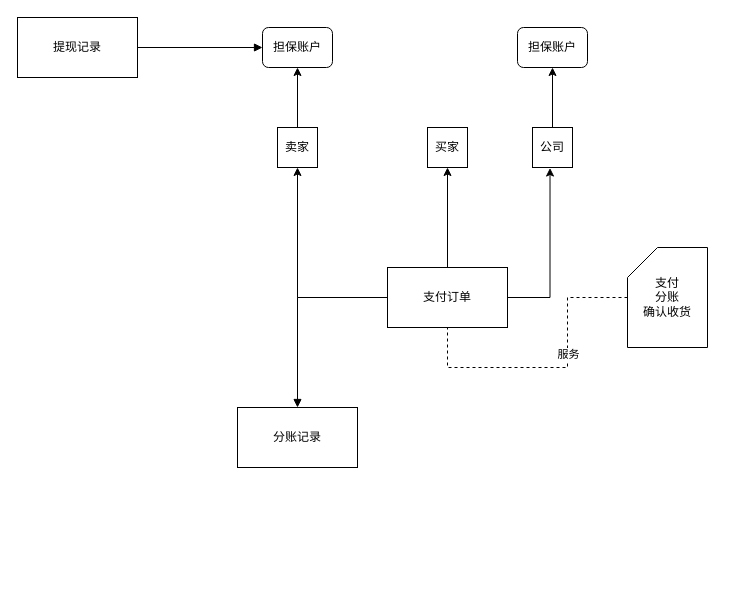
specialnote/diagrams keeps this draw.io diagram as 优信担保交易.drawio. Above is the earlier version. Source tidied: cells renumbered, new cells numbered last; positions are measured from the earlier drawing's top-left corner, leaving out a move shared by most shapes. Both pictures are drawn from the tidied source at 100%, with x=0, y=0 at pixel (17, 17).
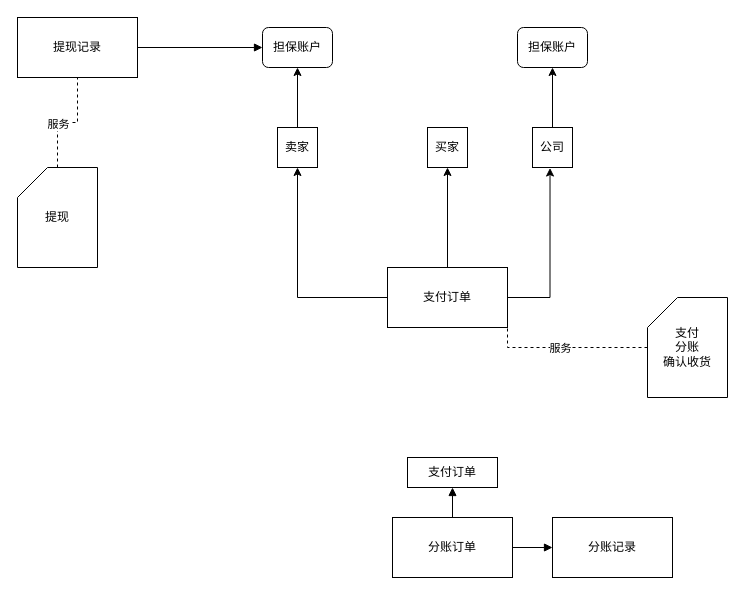
Above is the later version.

Commit message (it also covers changes not shown here):
Update 优信担保交易.drawio

The change refers to these unchanged cells:
```xml
<mxCell id="11" value="支付订单" style="whiteSpace=wrap;html=1;" parent="1" vertex="1">
  <mxGeometry x="370" y="250" width="120" height="60" as="geometry" />
</mxCell>
<mxCell id="19" value="提现记录" style="whiteSpace=wrap;html=1;" parent="1" vertex="1">
  <mxGeometry width="120" height="60" as="geometry" />
</mxCell>
```

Change to the diagram source:
```diff
@@
-    <mxCell id="10" style="edgeStyle=orthogonalEdgeStyle;rounded=0;jettySize=auto;html=1;endArrow=block;endFill=1;" parent="1" edge="1" source="11" target="12">
-      <mxGeometry relative="1" as="geometry">
-        <Array as="points">
-          <mxPoint x="280" y="280" />
-        </Array>
-      </mxGeometry>
-    </mxCell>
@@
+    <mxCell id="20" style="edgeStyle=orthogonalEdgeStyle;rounded=0;jettySize=auto;html=1;endArrow=block;endFill=1;" parent="1" edge="1" source="12" target="25">
+      <mxGeometry relative="1" as="geometry" />
+    </mxCell>
+    <mxCell id="21" style="edgeStyle=orthogonalEdgeStyle;rounded=0;jettySize=auto;html=1;entryX=0.5;entryY=1;entryDx=0;entryDy=0;endArrow=block;endFill=1;" parent="1" edge="1" source="12" target="26">
+      <mxGeometry relative="1" as="geometry" />
+    </mxCell>
-    <mxCell id="12" value="分账记录" style="whiteSpace=wrap;html=1;" parent="1" vertex="1">
-      <mxGeometry x="220" y="390" width="120" height="60" as="geometry" />
+    <mxCell id="12" value="分账订单" style="whiteSpace=wrap;html=1;" parent="1" vertex="1">
+      <mxGeometry x="375" y="500" width="120" height="60" as="geometry" />
     </mxCell>
@@
     <mxCell id="15" style="edgeStyle=orthogonalEdgeStyle;rounded=0;jettySize=auto;html=1;entryX=0.5;entryY=1;entryDx=0;entryDy=0;endArrow=none;endFill=0;dashed=1;" parent="1" edge="1" source="17" target="11">
-      <mxGeometry relative="1" as="geometry" />
+      <mxGeometry relative="1" as="geometry">
+        <Array as="points">
+          <mxPoint x="490" y="330" />
+          <mxPoint x="490" y="310" />
+        </Array>
+      </mxGeometry>
     </mxCell>
@@
     <mxCell id="17" value="支付&lt;br&gt;分账&lt;br&gt;确认收货" style="shape=card;whiteSpace=wrap;html=1;" parent="1" vertex="1">
-      <mxGeometry x="610" y="230" width="80" height="100" as="geometry" />
+      <mxGeometry x="630" y="280" width="80" height="100" as="geometry" />
     </mxCell>
@@
+    <mxCell id="22" value="提现" style="shape=card;whiteSpace=wrap;html=1;" parent="1" vertex="1">
+      <mxGeometry y="150" width="80" height="100" as="geometry" />
+    </mxCell>
+    <mxCell id="23" style="edgeStyle=orthogonalEdgeStyle;rounded=0;jettySize=auto;html=1;endArrow=none;endFill=0;dashed=1;" parent="1" edge="1" source="22" target="19">
+      <mxGeometry relative="1" as="geometry" />
+    </mxCell>
+    <mxCell id="24" value="服务" style="edgeLabel;html=1;align=center;verticalAlign=middle;" parent="23" vertex="1">
+      <mxGeometry x="-0.2" relative="1" as="geometry" />
+    </mxCell>
+    <mxCell id="25" value="分账记录" style="whiteSpace=wrap;html=1;" parent="1" vertex="1">
+      <mxGeometry x="535" y="500" width="120" height="60" as="geometry" />
+    </mxCell>
+    <mxCell id="26" value="支付订单" style="whiteSpace=wrap;html=1;" parent="1" vertex="1">
+      <mxGeometry x="390" y="440" width="90" height="30" as="geometry" />
+    </mxCell>
```
